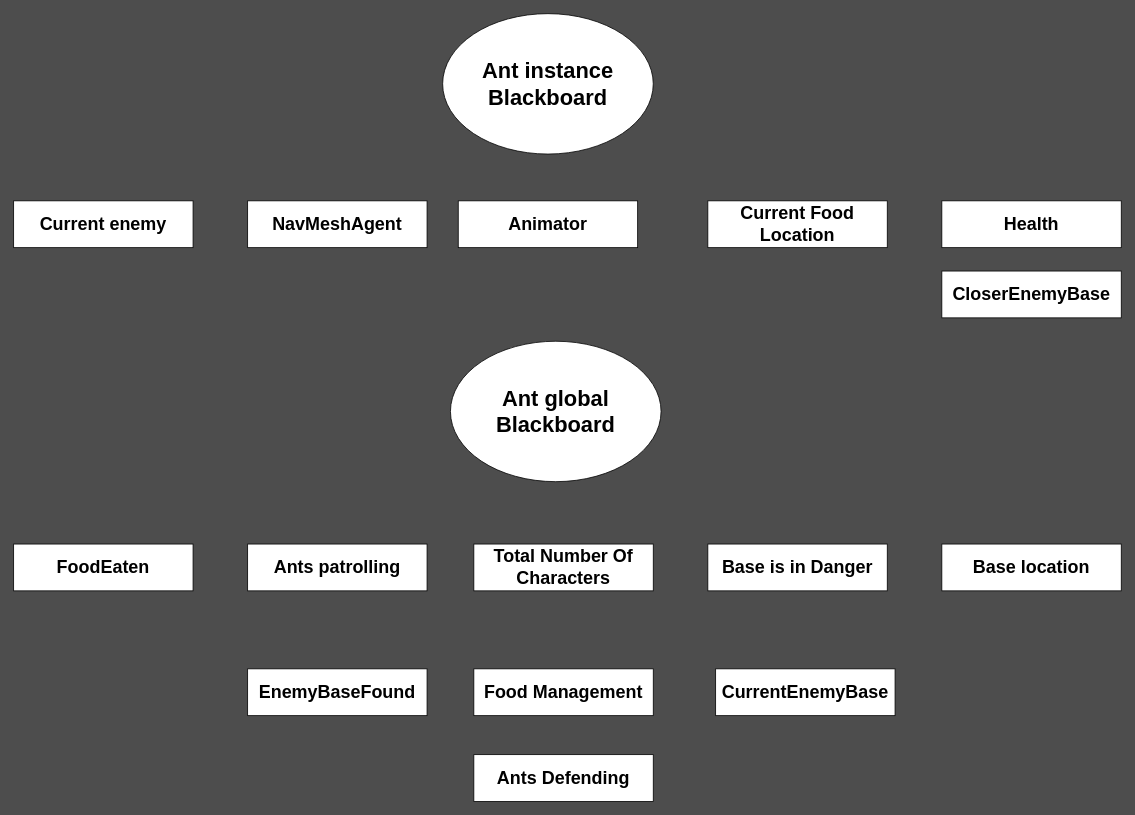
Earlier version of the draw.io diagram page "Blackboard" (5 of 5) of Design/Ant.drawio (arturo101199/GardenBattle). Source tidied: cells renumbered, new cells numbered last; positions are measured from the earlier drawing's top-left corner, leaving out a move shared by most shapes. Both pictures are drawn from the tidied source at 78%, with x=0, y=0 at pixel (13, 13).
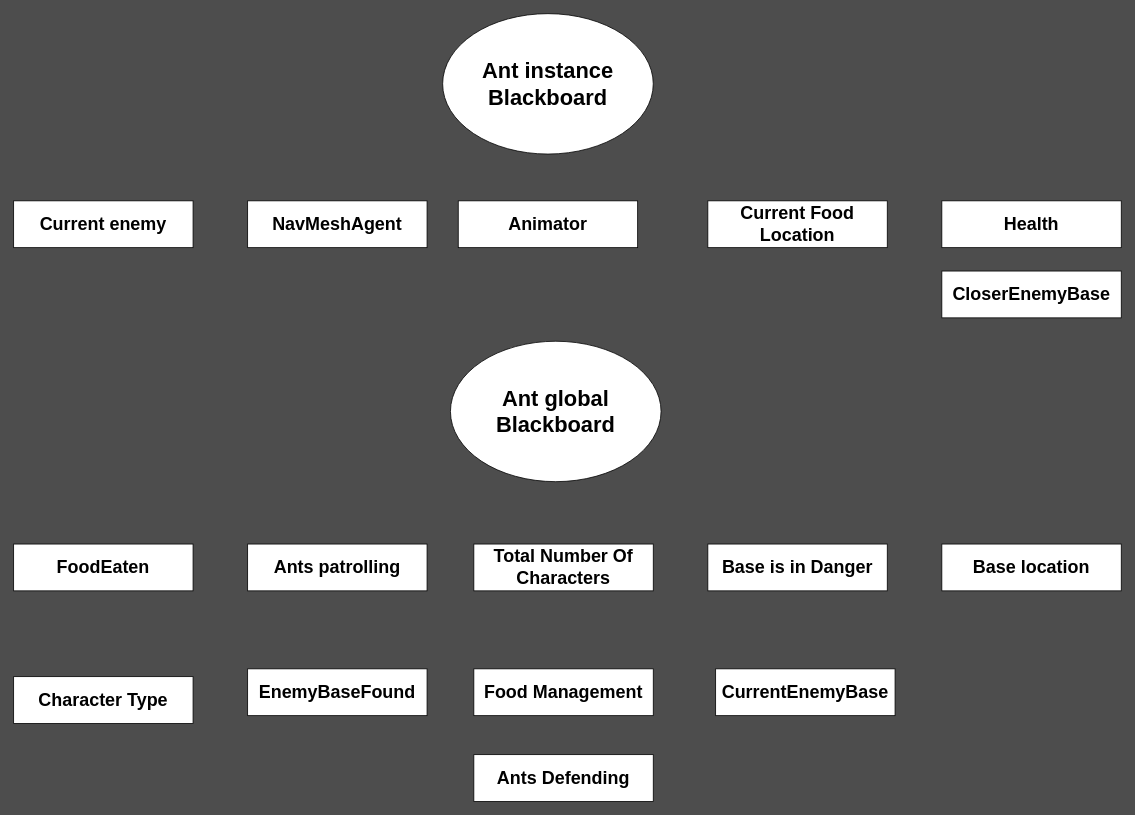
The same diagram, later.

The edit, as a diff of the source:
```diff
@@
 <mxGraphModel background="#4D4D4D">
   <root>
     <mxCell id="0" />
     <mxCell id="1" parent="0" />
     <mxCell id="2" value="&lt;font style=&quot;font-size: 28px&quot;&gt;&lt;b&gt;Ant instance Blackboard&lt;/b&gt;&lt;/font&gt;" style="ellipse;whiteSpace=wrap;html=1;" parent="1" vertex="1">
       <mxGeometry x="550" width="270" height="180" as="geometry" />
     </mxCell>
     <mxCell id="3" value="&lt;font style=&quot;font-size: 23px&quot;&gt;&lt;b&gt;FoodEaten&lt;/b&gt;&lt;/font&gt;" style="rounded=0;whiteSpace=wrap;html=1;" parent="1" vertex="1">
       <mxGeometry y="680" width="230" height="60" as="geometry" />
     </mxCell>
     <mxCell id="4" value="&lt;font style=&quot;font-size: 23px&quot;&gt;&lt;b&gt;Animator&lt;/b&gt;&lt;/font&gt;" style="rounded=0;whiteSpace=wrap;html=1;" parent="1" vertex="1">
       <mxGeometry x="570" y="240" width="230" height="60" as="geometry" />
     </mxCell>
     <mxCell id="5" value="&lt;font style=&quot;font-size: 23px&quot;&gt;&lt;b&gt;Current Food Location&lt;br&gt;&lt;/b&gt;&lt;/font&gt;" style="rounded=0;whiteSpace=wrap;html=1;" parent="1" vertex="1">
       <mxGeometry x="890" y="240" width="230" height="60" as="geometry" />
     </mxCell>
     <mxCell id="6" value="&lt;font style=&quot;font-size: 23px&quot;&gt;&lt;b&gt;Base location&lt;br&gt;&lt;/b&gt;&lt;/font&gt;" style="rounded=0;whiteSpace=wrap;html=1;" parent="1" vertex="1">
       <mxGeometry x="1190" y="680" width="230" height="60" as="geometry" />
     </mxCell>
     <mxCell id="7" value="&lt;font style=&quot;font-size: 23px&quot;&gt;&lt;b&gt;Current enemy&lt;/b&gt;&lt;/font&gt;" style="rounded=0;whiteSpace=wrap;html=1;" parent="1" vertex="1">
       <mxGeometry y="240" width="230" height="60" as="geometry" />
     </mxCell>
     <mxCell id="8" value="&lt;span style=&quot;font-size: 23px&quot;&gt;&lt;b&gt;Total Number Of Characters&lt;/b&gt;&lt;/span&gt;" style="rounded=0;whiteSpace=wrap;html=1;" parent="1" vertex="1">
       <mxGeometry x="590" y="680" width="230" height="60" as="geometry" />
     </mxCell>
     <mxCell id="9" value="&lt;span style=&quot;font-size: 23px&quot;&gt;&lt;b&gt;Ants patrolling&lt;/b&gt;&lt;/span&gt;" style="rounded=0;whiteSpace=wrap;html=1;" parent="1" vertex="1">
       <mxGeometry x="300" y="680" width="230" height="60" as="geometry" />
     </mxCell>
     <mxCell id="10" value="&lt;span style=&quot;font-size: 23px&quot;&gt;&lt;b&gt;Base is in Danger&lt;/b&gt;&lt;/span&gt;" style="rounded=0;whiteSpace=wrap;html=1;" parent="1" vertex="1">
       <mxGeometry x="890" y="680" width="230" height="60" as="geometry" />
     </mxCell>
     <mxCell id="11" value="&lt;span style=&quot;font-size: 23px&quot;&gt;&lt;b&gt;Health&lt;/b&gt;&lt;/span&gt;" style="rounded=0;whiteSpace=wrap;html=1;" parent="1" vertex="1">
       <mxGeometry x="1190" y="240" width="230" height="60" as="geometry" />
     </mxCell>
     <mxCell id="12" value="&lt;font style=&quot;font-size: 28px&quot;&gt;&lt;b&gt;Ant global Blackboard&lt;/b&gt;&lt;/font&gt;" style="ellipse;whiteSpace=wrap;html=1;" parent="1" vertex="1">
       <mxGeometry x="560" y="420" width="270" height="180" as="geometry" />
     </mxCell>
     <mxCell id="13" value="&lt;span style=&quot;font-size: 23px&quot;&gt;&lt;b&gt;Food Management&lt;br&gt;&lt;/b&gt;&lt;/span&gt;" style="rounded=0;whiteSpace=wrap;html=1;" parent="1" vertex="1">
       <mxGeometry x="590" y="840" width="230" height="60" as="geometry" />
     </mxCell>
     <mxCell id="14" value="&lt;font style=&quot;font-size: 23px&quot;&gt;&lt;b&gt;NavMeshAgent&lt;br&gt;&lt;/b&gt;&lt;/font&gt;" style="rounded=0;whiteSpace=wrap;html=1;" parent="1" vertex="1">
       <mxGeometry x="300" y="240" width="230" height="60" as="geometry" />
     </mxCell>
     <mxCell id="15" value="&lt;span style=&quot;font-size: 23px&quot;&gt;&lt;b&gt;CurrentEnemyBase&lt;/b&gt;&lt;/span&gt;" style="rounded=0;whiteSpace=wrap;html=1;" parent="1" vertex="1">
       <mxGeometry x="900" y="840" width="230" height="60" as="geometry" />
     </mxCell>
     <mxCell id="16" value="&lt;span style=&quot;font-size: 23px&quot;&gt;&lt;b&gt;CloserEnemyBase&lt;/b&gt;&lt;/span&gt;" style="rounded=0;whiteSpace=wrap;html=1;" parent="1" vertex="1">
       <mxGeometry x="1190" y="330" width="230" height="60" as="geometry" />
     </mxCell>
     <mxCell id="17" value="&lt;span style=&quot;font-size: 23px&quot;&gt;&lt;b&gt;EnemyBaseFound&lt;br&gt;&lt;/b&gt;&lt;/span&gt;" style="rounded=0;whiteSpace=wrap;html=1;" parent="1" vertex="1">
       <mxGeometry x="300" y="840" width="230" height="60" as="geometry" />
     </mxCell>
     <mxCell id="18" value="&lt;span style=&quot;font-size: 23px&quot;&gt;&lt;b&gt;Ants Defending&lt;br&gt;&lt;/b&gt;&lt;/span&gt;" style="rounded=0;whiteSpace=wrap;html=1;" parent="1" vertex="1">
       <mxGeometry x="590" y="950" width="230" height="60" as="geometry" />
     </mxCell>
+    <mxCell id="19" value="&lt;font style=&quot;font-size: 23px&quot;&gt;&lt;b&gt;Character Type&lt;br&gt;&lt;/b&gt;&lt;/font&gt;" style="rounded=0;whiteSpace=wrap;html=1;" parent="1" vertex="1">
+      <mxGeometry y="850" width="230" height="60" as="geometry" />
+    </mxCell>
   </root>
 </mxGraphModel>
```
